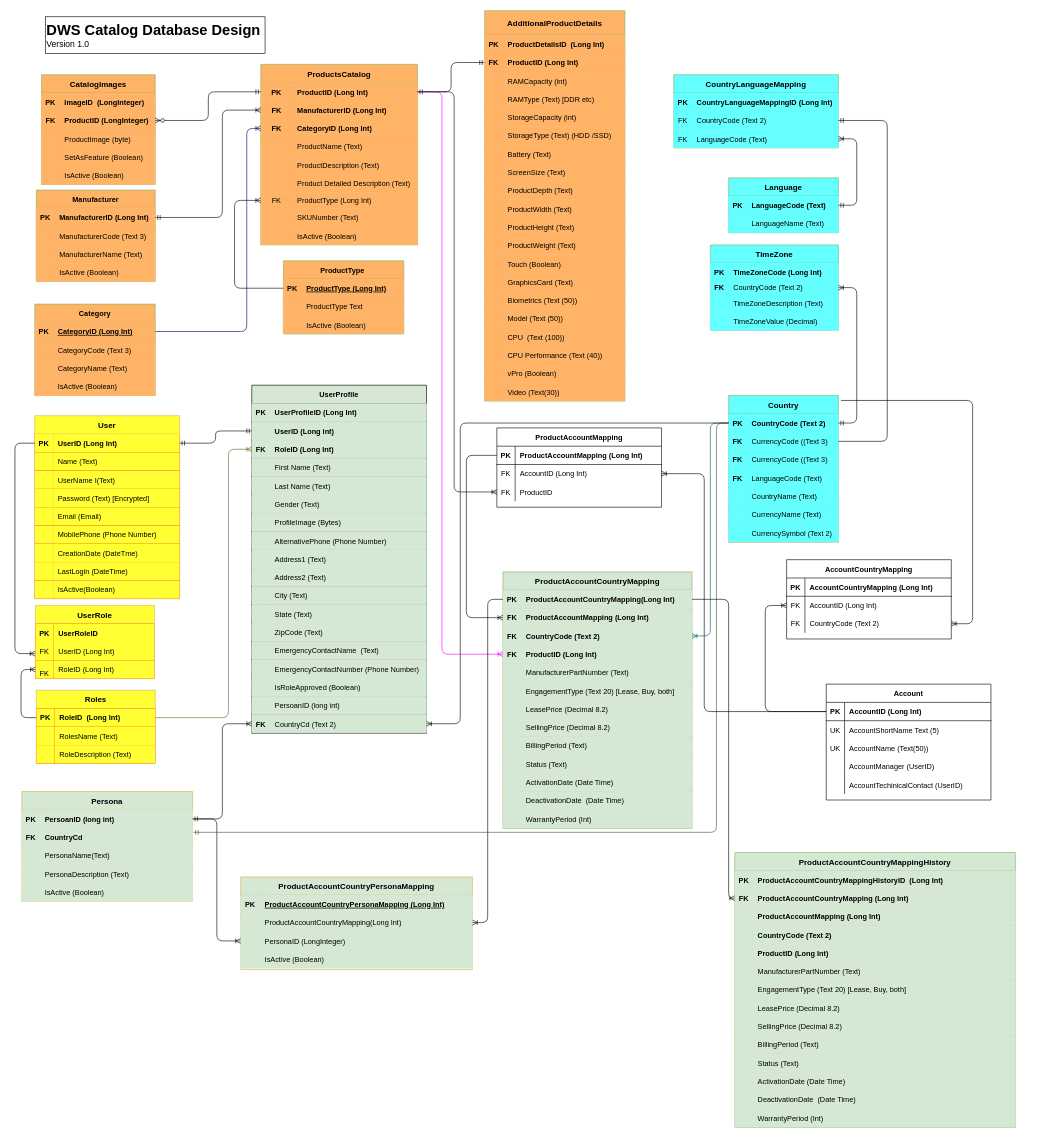
bgunupati/DrawIO keeps this draw.io diagram as Drawings/CatalogDesign.drawio. Above is the earlier version. Source tidied: cells renumbered, new cells numbered last; positions are measured from the earlier drawing's top-left corner, leaving out a move shared by most shapes. Both pictures are drawn from the tidied source at 61%, with x=0, y=0 at pixel (15, 10).
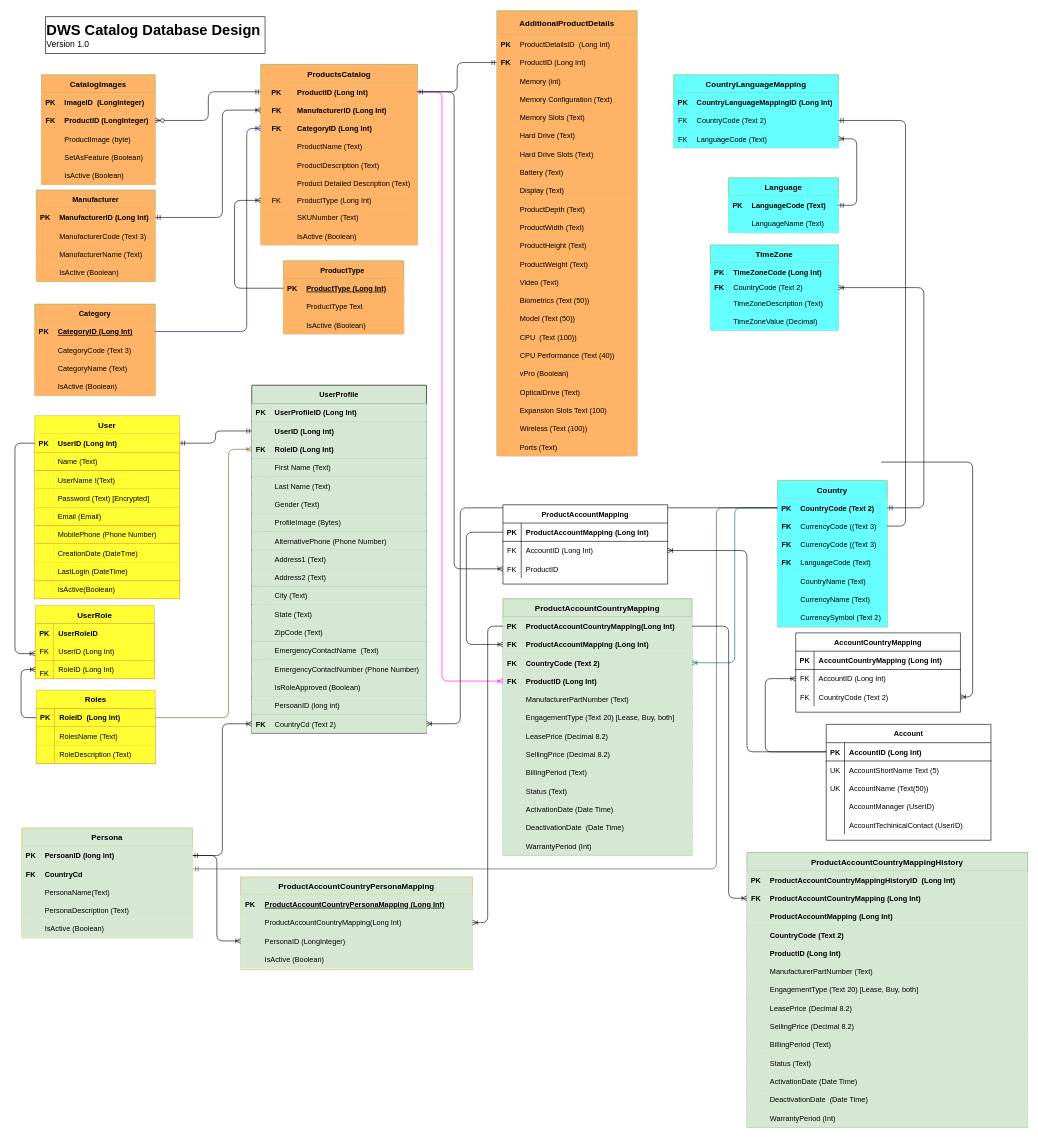
The same diagram, later.

Commit message:
Updated Additional Product Details

Unchanged cells that the change refers to:
```xml
<mxCell id="61" style="shape=partialRectangle;fillColor=#66FFFF;top=0;left=0;bottom=1;right=0;points=[[0,0.5],[1,0.5]];portConstraint=eastwest;strokeColor=#82b366;" parent="60" vertex="1">
  <mxGeometry y="30" width="180" height="30" as="geometry" />
</mxCell>
<mxCell id="64" style="shape=partialRectangle;fillColor=#66FFFF;top=0;left=0;bottom=1;right=0;points=[[0,0.5],[1,0.5]];portConstraint=eastwest;strokeColor=#82b366;" parent="60" vertex="1">
  <mxGeometry y="60" width="180" height="30" as="geometry" />
</mxCell>
<mxCell id="118" style="shape=partialRectangle;fillColor=#66FFFF;top=0;left=0;bottom=0;right=0;points=[[0,0.5],[1,0.5]];portConstraint=eastwest;strokeColor=#82b366;" parent="114" vertex="1">
  <mxGeometry y="60" width="270" height="30" as="geometry" />
</mxCell>
<mxCell id="125" value="TimeZone" style="shape=table;startSize=30;childLayout=tableLayout;rowLines=0;fontStyle=1;align=center;fillColor=#66FFFF;strokeColor=#82b366;fontSize=13;" parent="1" vertex="1">
  <mxGeometry x="1140" y="384" width="210" height="140" as="geometry" />
</mxCell>
<mxCell id="154" style="shape=partialRectangle;top=0;left=0;bottom=1;right=0;strokeColor=#82b366;fillColor=#FFB366;" parent="153" vertex="1">
  <mxGeometry y="40" width="230" height="30" as="geometry" />
</mxCell>
<mxCell id="157" style="shape=partialRectangle;top=0;left=0;bottom=1;right=0;points=[[0,0.5],[1,0.5]];portConstraint=eastwest;strokeColor=#82b366;fillColor=#FFB366;" parent="153" vertex="1">
  <mxGeometry y="70" width="230" height="30" as="geometry" />
</mxCell>
<mxCell id="160" style="shape=partialRectangle;top=0;left=0;bottom=0;right=0;strokeColor=#82b366;fillColor=#FFB366;" parent="153" vertex="1">
  <mxGeometry y="100" width="230" height="30" as="geometry" />
</mxCell>
<mxCell id="163" style="shape=partialRectangle;top=0;left=0;bottom=0;right=0;strokeColor=#82b366;fillColor=#FFB366;" parent="153" vertex="1">
  <mxGeometry y="130" width="230" height="30" as="geometry" />
</mxCell>
<mxCell id="193" style="shape=partialRectangle;top=0;left=0;bottom=0;right=0;strokeColor=#82b366;fillColor=#FFB366;" parent="153" vertex="1">
  <mxGeometry y="430" width="230" height="30" as="geometry" />
</mxCell>
<mxCell id="211" style="shape=partialRectangle;top=0;left=0;bottom=0;right=0;strokeColor=#82b366;fillColor=#FFB366;" parent="153" vertex="1">
  <mxGeometry y="610" width="230" height="30" as="geometry" />
</mxCell>
<mxCell id="377" style="shape=partialRectangle;fillColor=none;top=0;left=0;bottom=1;right=0;points=[[0,0.5],[1,0.5]];portConstraint=eastwest;" parent="376" vertex="1">
  <mxGeometry y="30" width="270" height="30" as="geometry" />
</mxCell>
<mxCell id="396" style="shape=partialRectangle;fillColor=none;top=0;left=0;bottom=0;right=0;points=[[0,0.5],[1,0.5]];portConstraint=eastwest;" parent="392" vertex="1">
  <mxGeometry y="60" width="270" height="30" as="geometry" />
</mxCell>
<mxCell id="412" style="shape=partialRectangle;fillColor=none;top=0;left=0;bottom=0;right=0;points=[[0,0.5],[1,0.5]];portConstraint=eastwest;" parent="405" vertex="1">
  <mxGeometry y="90" width="270" height="30" as="geometry" />
</mxCell>
```

Change to the diagram source:
```diff
@@
     <mxCell id="60" value="Country" style="shape=table;startSize=30;childLayout=tableLayout;rowLines=0;fontStyle=1;align=center;fillColor=#66FFFF;strokeColor=#82b366;fontSize=13;" parent="1" vertex="1">
-      <mxGeometry x="1170" y="631" width="180" height="240" as="geometry" />
+      <mxGeometry x="1250" y="770" width="180" height="240" as="geometry" />
     </mxCell>
@@
     <mxCell id="138" style="edgeStyle=elbowEdgeStyle;fontSize=12;html=1;endArrow=ERoneToMany;startArrow=ERmandOne;strokeColor=#000000;exitX=1;exitY=0.5;exitDx=0;exitDy=0;entryX=1;entryY=0.5;entryDx=0;entryDy=0;fillColor=#66FFFF;" parent="1" edge="1" source="61" target="125">
       <mxGeometry relative="1" as="geometry">
         <Array as="points">
+          <mxPoint x="1490" y="640" />
           <mxPoint x="1380" y="544" />
         </Array>
       </mxGeometry>
     </mxCell>
@@
     <mxCell id="153" value="AdditionalProductDetails" style="shape=table;startSize=40;childLayout=tableLayout;rowLines=0;fontStyle=1;align=center;strokeColor=#82b366;fontSize=13;fillColor=#FFB366;" parent="1" vertex="1">
-      <mxGeometry x="770" width="230" height="640" as="geometry" />
+      <mxGeometry x="790" width="230" height="730" as="geometry" />
     </mxCell>
@@
-    <mxCell id="156" value="ProductDetailsID  (Long Int)" style="shape=partialRectangle;top=0;left=0;bottom=0;right=0;align=left;spacingLeft=6;fontStyle=1;overflow=hidden;strokeColor=#82b366;fillColor=#FFB366;" parent="154" vertex="1">
+    <mxCell id="156" value="ProductDetailsID  (Long Int)" style="shape=partialRectangle;top=0;left=0;bottom=0;right=0;align=left;spacingLeft=6;fontStyle=0;overflow=hidden;strokeColor=#82b366;fillColor=#FFB366;" parent="154" vertex="1">
       <mxGeometry x="30" width="200" height="30" as="geometry" />
     </mxCell>
@@
-    <mxCell id="159" value="ProductID (Long Int)" style="shape=partialRectangle;top=0;left=0;bottom=0;right=0;align=left;spacingLeft=6;fontStyle=1;overflow=hidden;strokeColor=#82b366;fillColor=#FFB366;" parent="157" vertex="1">
+    <mxCell id="159" value="ProductID (Long Int)" style="shape=partialRectangle;top=0;left=0;bottom=0;right=0;align=left;spacingLeft=6;fontStyle=0;overflow=hidden;strokeColor=#82b366;fillColor=#FFB366;" parent="157" vertex="1">
       <mxGeometry x="30" width="200" height="30" as="geometry" />
     </mxCell>
@@
-    <mxCell id="162" value="RAMCapacity (int)" style="shape=partialRectangle;top=0;left=0;bottom=0;right=0;align=left;spacingLeft=6;overflow=hidden;strokeColor=#82b366;fillColor=#FFB366;" parent="160" vertex="1">
+    <mxCell id="162" value="Memory (int)" style="shape=partialRectangle;top=0;left=0;bottom=0;right=0;align=left;spacingLeft=6;overflow=hidden;strokeColor=#82b366;fillColor=#FFB366;" parent="160" vertex="1">
       <mxGeometry x="30" width="200" height="30" as="geometry" />
     </mxCell>
@@
-    <mxCell id="165" value="RAMType (Text) [DDR etc)" style="shape=partialRectangle;top=0;left=0;bottom=0;right=0;align=left;spacingLeft=6;overflow=hidden;strokeColor=#82b366;fillColor=#FFB366;" parent="163" vertex="1">
+    <mxCell id="165" value="Memory Configuration (Text) " style="shape=partialRectangle;top=0;left=0;bottom=0;right=0;align=left;spacingLeft=6;overflow=hidden;strokeColor=#82b366;fillColor=#FFB366;" parent="163" vertex="1">
       <mxGeometry x="30" width="200" height="30" as="geometry" />
     </mxCell>
+    <mxCell id="473" style="shape=partialRectangle;top=0;left=0;bottom=0;right=0;strokeColor=#82b366;fillColor=#FFB366;" parent="153" vertex="1">
+      <mxGeometry y="160" width="230" height="30" as="geometry" />
+    </mxCell>
+    <mxCell id="474" style="shape=partialRectangle;top=0;left=0;bottom=0;right=0;overflow=hidden;strokeColor=#82b366;fillColor=#FFB366;" parent="473" vertex="1">
+      <mxGeometry width="30" height="30" as="geometry" />
+    </mxCell>
+    <mxCell id="475" value="Memory Slots (Text)" style="shape=partialRectangle;top=0;left=0;bottom=0;right=0;align=left;spacingLeft=6;overflow=hidden;strokeColor=#82b366;fillColor=#FFB366;" parent="473" vertex="1">
+      <mxGeometry x="30" width="200" height="30" as="geometry" />
+    </mxCell>
     <mxCell id="166" style="shape=partialRectangle;top=0;left=0;bottom=0;right=0;strokeColor=#82b366;fillColor=#FFB366;" parent="153" vertex="1">
-      <mxGeometry y="160" width="230" height="30" as="geometry" />
+      <mxGeometry y="190" width="230" height="30" as="geometry" />
     </mxCell>
@@
-    <mxCell id="168" value="StorageCapacity (int) " style="shape=partialRectangle;top=0;left=0;bottom=0;right=0;align=left;spacingLeft=6;overflow=hidden;strokeColor=#82b366;fillColor=#FFB366;" parent="166" vertex="1">
+    <mxCell id="168" value="Hard Drive (Text) " style="shape=partialRectangle;top=0;left=0;bottom=0;right=0;align=left;spacingLeft=6;overflow=hidden;strokeColor=#82b366;fillColor=#FFB366;" parent="166" vertex="1">
       <mxGeometry x="30" width="200" height="30" as="geometry" />
     </mxCell>
     <mxCell id="169" style="shape=partialRectangle;top=0;left=0;bottom=0;right=0;strokeColor=#82b366;fillColor=#FFB366;" parent="153" vertex="1">
-      <mxGeometry y="190" width="230" height="30" as="geometry" />
+      <mxGeometry y="220" width="230" height="30" as="geometry" />
     </mxCell>
@@
-    <mxCell id="171" value="StorageType (Text) (HDD /SSD)" style="shape=partialRectangle;top=0;left=0;bottom=0;right=0;align=left;spacingLeft=6;overflow=hidden;strokeColor=#82b366;fillColor=#FFB366;" parent="169" vertex="1">
+    <mxCell id="171" value="Hard Drive Slots (Text)" style="shape=partialRectangle;top=0;left=0;bottom=0;right=0;align=left;spacingLeft=6;overflow=hidden;strokeColor=#82b366;fillColor=#FFB366;" parent="169" vertex="1">
       <mxGeometry x="30" width="200" height="30" as="geometry" />
     </mxCell>
     <mxCell id="172" style="shape=partialRectangle;top=0;left=0;bottom=0;right=0;strokeColor=#82b366;fillColor=#FFB366;" parent="153" vertex="1">
-      <mxGeometry y="220" width="230" height="30" as="geometry" />
+      <mxGeometry y="250" width="230" height="30" as="geometry" />
     </mxCell>
@@
     <mxCell id="175" style="shape=partialRectangle;top=0;left=0;bottom=0;right=0;strokeColor=#82b366;fillColor=#FFB366;" parent="153" vertex="1">
-      <mxGeometry y="250" width="230" height="30" as="geometry" />
+      <mxGeometry y="280" width="230" height="30" as="geometry" />
     </mxCell>
@@
-    <mxCell id="177" value="ScreenSize (Text)" style="shape=partialRectangle;top=0;left=0;bottom=0;right=0;align=left;spacingLeft=6;overflow=hidden;strokeColor=#82b366;fillColor=#FFB366;" parent="175" vertex="1">
+    <mxCell id="177" value="Display (Text)" style="shape=partialRectangle;top=0;left=0;bottom=0;right=0;align=left;spacingLeft=6;overflow=hidden;strokeColor=#82b366;fillColor=#FFB366;" parent="175" vertex="1">
       <mxGeometry x="30" width="200" height="30" as="geometry" />
     </mxCell>
     <mxCell id="178" style="shape=partialRectangle;top=0;left=0;bottom=0;right=0;strokeColor=#82b366;fillColor=#FFB366;" parent="153" vertex="1">
-      <mxGeometry y="280" width="230" height="30" as="geometry" />
+      <mxGeometry y="310" width="230" height="30" as="geometry" />
     </mxCell>
@@
     <mxCell id="181" style="shape=partialRectangle;top=0;left=0;bottom=0;right=0;strokeColor=#82b366;fillColor=#FFB366;" parent="153" vertex="1">
-      <mxGeometry y="310" width="230" height="30" as="geometry" />
+      <mxGeometry y="340" width="230" height="30" as="geometry" />
     </mxCell>
@@
     <mxCell id="184" style="shape=partialRectangle;top=0;left=0;bottom=0;right=0;strokeColor=#82b366;fillColor=#FFB366;" parent="153" vertex="1">
-      <mxGeometry y="340" width="230" height="30" as="geometry" />
+      <mxGeometry y="370" width="230" height="30" as="geometry" />
     </mxCell>
@@
     <mxCell id="187" style="shape=partialRectangle;top=0;left=0;bottom=0;right=0;strokeColor=#82b366;fillColor=#FFB366;" parent="153" vertex="1">
-      <mxGeometry y="370" width="230" height="30" as="geometry" />
+      <mxGeometry y="400" width="230" height="30" as="geometry" />
     </mxCell>
@@
-    <mxCell id="190" style="shape=partialRectangle;top=0;left=0;bottom=0;right=0;strokeColor=#82b366;fillColor=#FFB366;" parent="153" vertex="1">
-      <mxGeometry y="400" width="230" height="30" as="geometry" />
-    </mxCell>
-    <mxCell id="191" style="shape=partialRectangle;top=0;left=0;bottom=0;right=0;overflow=hidden;strokeColor=#82b366;fillColor=#FFB366;" parent="190" vertex="1">
-      <mxGeometry width="30" height="30" as="geometry" />
-    </mxCell>
-    <mxCell id="192" value="Touch (Boolean)" style="shape=partialRectangle;top=0;left=0;bottom=0;right=0;align=left;spacingLeft=6;overflow=hidden;strokeColor=#82b366;fillColor=#FFB366;" parent="190" vertex="1">
-      <mxGeometry x="30" width="200" height="30" as="geometry" />
-    </mxCell>
@@
-    <mxCell id="194" style="shape=partialRectangle;top=0;left=0;bottom=0;right=0;overflow=hidden;strokeColor=#82b366;fillColor=#FFB366;" parent="193" vertex="1">
-      <mxGeometry width="30" height="30" as="geometry" />
-    </mxCell>
-    <mxCell id="195" value="GraphicsCard (Text)" style="shape=partialRectangle;top=0;left=0;bottom=0;right=0;align=left;spacingLeft=6;overflow=hidden;strokeColor=#82b366;fillColor=#FFB366;" parent="193" vertex="1">
-      <mxGeometry x="30" width="200" height="30" as="geometry" />
-    </mxCell>
+    <mxCell id="476" style="shape=partialRectangle;top=0;left=0;bottom=0;right=0;overflow=hidden;strokeColor=#82b366;fillColor=#FFB366;" parent="193" vertex="1">
+      <mxGeometry width="30" height="30" as="geometry" />
+    </mxCell>
+    <mxCell id="477" value="Video (Text)" style="shape=partialRectangle;top=0;left=0;bottom=0;right=0;align=left;spacingLeft=6;overflow=hidden;strokeColor=#82b366;fillColor=#FFB366;" parent="193" vertex="1">
+      <mxGeometry x="30" width="200" height="30" as="geometry" />
+    </mxCell>
@@
-    <mxCell id="213" value="Video (Text(30))" style="shape=partialRectangle;top=0;left=0;bottom=0;right=0;align=left;spacingLeft=6;overflow=hidden;strokeColor=#82b366;fillColor=#FFB366;" parent="211" vertex="1">
+    <mxCell id="213" value="OpticalDrive (Text)" style="shape=partialRectangle;top=0;left=0;bottom=0;right=0;align=left;spacingLeft=6;overflow=hidden;strokeColor=#82b366;fillColor=#FFB366;" parent="211" vertex="1">
       <mxGeometry x="30" width="200" height="30" as="geometry" />
     </mxCell>
+    <mxCell id="478" style="shape=partialRectangle;top=0;left=0;bottom=0;right=0;strokeColor=#82b366;fillColor=#FFB366;" parent="153" vertex="1">
+      <mxGeometry y="640" width="230" height="30" as="geometry" />
+    </mxCell>
+    <mxCell id="479" style="shape=partialRectangle;top=0;left=0;bottom=0;right=0;overflow=hidden;strokeColor=#82b366;fillColor=#FFB366;" parent="478" vertex="1">
+      <mxGeometry width="30" height="30" as="geometry" />
+    </mxCell>
+    <mxCell id="480" value="Expansion Slots Text (100)" style="shape=partialRectangle;top=0;left=0;bottom=0;right=0;align=left;spacingLeft=6;overflow=hidden;strokeColor=#82b366;fillColor=#FFB366;" parent="478" vertex="1">
+      <mxGeometry x="30" width="200" height="30" as="geometry" />
+    </mxCell>
+    <mxCell id="481" style="shape=partialRectangle;top=0;left=0;bottom=0;right=0;strokeColor=#82b366;fillColor=#FFB366;" parent="153" vertex="1">
+      <mxGeometry y="670" width="230" height="30" as="geometry" />
+    </mxCell>
+    <mxCell id="482" style="shape=partialRectangle;top=0;left=0;bottom=0;right=0;overflow=hidden;strokeColor=#82b366;fillColor=#FFB366;" parent="481" vertex="1">
+      <mxGeometry width="30" height="30" as="geometry" />
+    </mxCell>
+    <mxCell id="483" value="Wireless (Text (100))" style="shape=partialRectangle;top=0;left=0;bottom=0;right=0;align=left;spacingLeft=6;overflow=hidden;strokeColor=#82b366;fillColor=#FFB366;" parent="481" vertex="1">
+      <mxGeometry x="30" width="200" height="30" as="geometry" />
+    </mxCell>
+    <mxCell id="484" style="shape=partialRectangle;top=0;left=0;bottom=0;right=0;strokeColor=#82b366;fillColor=#FFB366;" parent="153" vertex="1">
+      <mxGeometry y="700" width="230" height="30" as="geometry" />
+    </mxCell>
+    <mxCell id="485" style="shape=partialRectangle;top=0;left=0;bottom=0;right=0;overflow=hidden;strokeColor=#82b366;fillColor=#FFB366;" parent="484" vertex="1">
+      <mxGeometry width="30" height="30" as="geometry" />
+    </mxCell>
+    <mxCell id="486" value="Ports (Text)" style="shape=partialRectangle;top=0;left=0;bottom=0;right=0;align=left;spacingLeft=6;overflow=hidden;strokeColor=#82b366;fillColor=#FFB366;" parent="484" vertex="1">
+      <mxGeometry x="30" width="200" height="30" as="geometry" />
+    </mxCell>
     <mxCell id="214" value="ProductAccountCountryMapping" style="shape=table;startSize=30;childLayout=tableLayout;rowLines=0;fontStyle=1;align=center;fillColor=#d5e8d4;strokeColor=#82b366;fontSize=13;" parent="1" vertex="1">
-      <mxGeometry x="800" y="920" width="310" height="420" as="geometry" />
+      <mxGeometry x="800" y="964" width="310" height="420" as="geometry" />
     </mxCell>
@@
     <mxCell id="313" value="Persona" style="shape=table;startSize=30;childLayout=tableLayout;rowLines=0;fontStyle=1;align=center;fillColor=#D5E8D4;strokeColor=#d6b656;fontSize=13;" parent="1" vertex="1">
-      <mxGeometry x="11.2" y="1280" width="280" height="180" as="geometry" />
+      <mxGeometry x="11.2" y="1340" width="280" height="180" as="geometry" />
     </mxCell>
@@
     <mxCell id="331" style="edgeStyle=elbowEdgeStyle;fontSize=12;html=1;endArrow=ERmandOne;fillColor=#66FFFF;exitX=1;exitY=0.5;exitDx=0;exitDy=0;" parent="1" edge="1" source="64" target="118">
       <mxGeometry relative="1" as="geometry">
         <Array as="points">
+          <mxPoint x="1460" y="680" />
           <mxPoint x="1430" y="544" />
           <mxPoint x="1360" y="284" />
           <mxPoint x="1290" y="424" />
         </Array>
       </mxGeometry>
     </mxCell>
@@
     <mxCell id="376" value="Account" style="shape=table;startSize=30;childLayout=tableLayout;rowLines=0;fontStyle=1;align=center;" parent="1" vertex="1">
-      <mxGeometry x="1330" y="1104" width="270" height="190" as="geometry" />
+      <mxGeometry x="1330" y="1170" width="270" height="190" as="geometry" />
     </mxCell>
@@
     <mxCell id="392" value="ProductAccountMapping" style="shape=table;startSize=30;childLayout=tableLayout;rowLines=0;fontStyle=1;align=center;" parent="1" vertex="1">
-      <mxGeometry x="790" y="684" width="270" height="130" as="geometry" />
+      <mxGeometry x="800" y="810" width="270" height="130" as="geometry" />
     </mxCell>
@@
     <mxCell id="402" style="edgeStyle=elbowEdgeStyle;fontSize=12;html=1;endArrow=ERoneToMany;exitX=0;exitY=0.5;exitDx=0;exitDy=0;entryX=1;entryY=0.5;entryDx=0;entryDy=0;" parent="1" edge="1" source="377" target="396">
-      <mxGeometry relative="1" as="geometry">
-        <Array as="points">
-          <mxPoint x="1130" y="824" />
-        </Array>
-      </mxGeometry>
+      <mxGeometry relative="1" as="geometry" />
     </mxCell>
@@
     <mxCell id="405" value="AccountCountryMapping" style="shape=table;startSize=30;childLayout=tableLayout;rowLines=0;fontStyle=1;align=center;" parent="1" vertex="1">
-      <mxGeometry x="1265" y="900" width="270" height="130" as="geometry" />
+      <mxGeometry x="1280" y="1020" width="270" height="130" as="geometry" />
     </mxCell>
@@
     <mxCell id="415" style="edgeStyle=elbowEdgeStyle;fontSize=12;html=1;endArrow=ERoneToMany;entryX=1;entryY=0.5;entryDx=0;entryDy=0;" parent="1" edge="1" target="412">
       <mxGeometry relative="1" as="geometry">
-        <mxPoint x="1354" y="639" as="sourcePoint" />
+        <mxPoint x="1420" y="740" as="sourcePoint" />
         <Array as="points">
           <mxPoint x="1570" y="794" />
         </Array>
       </mxGeometry>
     </mxCell>
@@
     <mxCell id="418" value="ProductAccountCountryMappingHistory" style="shape=table;startSize=30;childLayout=tableLayout;rowLines=0;fontStyle=1;align=center;fillColor=#d5e8d4;strokeColor=#82b366;fontSize=13;" parent="1" vertex="1">
-      <mxGeometry x="1180" y="1380" width="460" height="450" as="geometry" />
+      <mxGeometry x="1200" y="1380" width="460" height="450" as="geometry" />
     </mxCell>
```
